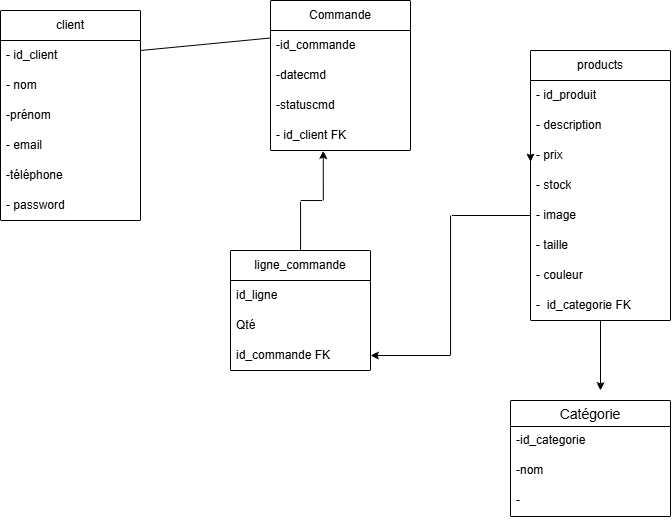
The draw.io diagram Conception BD/MLD.png in mesbahimohammedyassirsolicode-star/Projet-fil-rouge, before a commit. Source tidied: cells renumbered, new cells last; positions are measured from the earlier drawing's top-left corner, leaving out a move shared by most shapes. The source it was exported from:
```xml
<mxGraphModel>
  <root>
    <mxCell id="0" />
    <mxCell id="1" parent="0" />
    <mxCell id="2" value="client" style="swimlane;fontStyle=0;horizontal=1;startSize=30;whiteSpace=wrap;html=1;" parent="1" vertex="1">
      <mxGeometry y="10" width="140" height="210" as="geometry" />
    </mxCell>
    <mxCell id="3" value="&lt;span class=&quot;ͼn&quot;&gt;-&lt;/span&gt; id_client&amp;nbsp;" style="text;strokeColor=none;fillColor=none;align=left;verticalAlign=middle;spacingLeft=4;spacingRight=4;overflow=hidden;whiteSpace=wrap;html=1;" parent="2" vertex="1">
      <mxGeometry y="30" width="140" height="30" as="geometry" />
    </mxCell>
    <mxCell id="4" value="&lt;span class=&quot;ͼn&quot;&gt;-&lt;/span&gt; nom" style="text;strokeColor=none;fillColor=none;align=left;verticalAlign=middle;spacingLeft=4;spacingRight=4;overflow=hidden;whiteSpace=wrap;html=1;" parent="2" vertex="1">
      <mxGeometry y="60" width="140" height="30" as="geometry" />
    </mxCell>
    <mxCell id="5" value="&lt;li&gt;-prénom&lt;br&gt;&lt;/li&gt;" style="text;strokeColor=none;fillColor=none;align=left;verticalAlign=middle;spacingLeft=4;spacingRight=4;overflow=hidden;whiteSpace=wrap;html=1;" parent="2" vertex="1">
      <mxGeometry y="90" width="140" height="30" as="geometry" />
    </mxCell>
    <mxCell id="6" value="&lt;span class=&quot;ͼn&quot;&gt;-&lt;/span&gt;&amp;nbsp;email" style="text;strokeColor=none;fillColor=none;align=left;verticalAlign=middle;spacingLeft=4;spacingRight=4;overflow=hidden;whiteSpace=wrap;html=1;" parent="2" vertex="1">
      <mxGeometry y="120" width="140" height="30" as="geometry" />
    </mxCell>
    <mxCell id="7" value="-téléphone" style="text;strokeColor=none;fillColor=none;align=left;verticalAlign=middle;spacingLeft=4;spacingRight=4;overflow=hidden;whiteSpace=wrap;html=1;" parent="2" vertex="1">
      <mxGeometry y="150" width="140" height="30" as="geometry" />
    </mxCell>
    <mxCell id="8" value="&lt;span class=&quot;ͼn&quot;&gt;-&lt;/span&gt; password" style="text;strokeColor=none;fillColor=none;align=left;verticalAlign=middle;spacingLeft=4;spacingRight=4;overflow=hidden;whiteSpace=wrap;html=1;" parent="2" vertex="1">
      <mxGeometry y="180" width="140" height="30" as="geometry" />
    </mxCell>
    <mxCell id="9" style="edgeStyle=orthogonalEdgeStyle;rounded=0;jettySize=auto;html=1;" parent="1" edge="1" source="10">
      <mxGeometry relative="1" as="geometry">
        <mxPoint x="600" y="390" as="targetPoint" />
      </mxGeometry>
    </mxCell>
    <mxCell id="10" value="products" style="swimlane;fontStyle=0;horizontal=1;startSize=30;whiteSpace=wrap;html=1;" parent="1" vertex="1">
      <mxGeometry x="530" y="50" width="140" height="270" as="geometry" />
    </mxCell>
    <mxCell id="11" value="&lt;span class=&quot;ͼn&quot;&gt;-&lt;/span&gt; id_produit&amp;nbsp;" style="text;strokeColor=none;fillColor=none;align=left;verticalAlign=middle;spacingLeft=4;spacingRight=4;overflow=hidden;whiteSpace=wrap;html=1;" parent="10" vertex="1">
      <mxGeometry y="30" width="140" height="30" as="geometry" />
    </mxCell>
    <mxCell id="12" value="&lt;span class=&quot;ͼn&quot;&gt;-&lt;/span&gt; description" style="text;strokeColor=none;fillColor=none;align=left;verticalAlign=middle;spacingLeft=4;spacingRight=4;overflow=hidden;whiteSpace=wrap;html=1;" parent="10" vertex="1">
      <mxGeometry y="60" width="140" height="30" as="geometry" />
    </mxCell>
    <mxCell id="13" value="&lt;span class=&quot;ͼn&quot;&gt;-&lt;/span&gt; prix" style="text;strokeColor=none;fillColor=none;align=left;verticalAlign=middle;spacingLeft=4;spacingRight=4;overflow=hidden;points=[[0,0.5],[1,0.5]];portConstraint=eastwest;whiteSpace=wrap;html=1;" parent="10" vertex="1">
      <mxGeometry y="90" width="140" height="30" as="geometry" />
    </mxCell>
    <mxCell id="14" value="&lt;span class=&quot;ͼn&quot;&gt;-&lt;/span&gt; stock" style="text;strokeColor=none;fillColor=none;align=left;verticalAlign=middle;spacingLeft=4;spacingRight=4;overflow=hidden;whiteSpace=wrap;html=1;" parent="10" vertex="1">
      <mxGeometry y="120" width="140" height="30" as="geometry" />
    </mxCell>
    <mxCell id="15" value="&lt;span class=&quot;ͼn&quot;&gt;-&lt;/span&gt; image" style="text;strokeColor=none;fillColor=none;align=left;verticalAlign=middle;spacingLeft=4;spacingRight=4;overflow=hidden;points=[[0,0.5],[1,0.5]];portConstraint=eastwest;whiteSpace=wrap;html=1;" parent="10" vertex="1">
      <mxGeometry y="150" width="140" height="30" as="geometry" />
    </mxCell>
    <mxCell id="16" value="&lt;span class=&quot;ͼn&quot;&gt;-&lt;/span&gt;&amp;nbsp;taille" style="text;strokeColor=none;fillColor=none;align=left;verticalAlign=middle;spacingLeft=4;spacingRight=4;overflow=hidden;whiteSpace=wrap;html=1;" parent="10" vertex="1">
      <mxGeometry y="180" width="140" height="30" as="geometry" />
    </mxCell>
    <mxCell id="17" value="&lt;span class=&quot;ͼn&quot;&gt;-&lt;/span&gt;&amp;nbsp;couleur" style="text;strokeColor=none;fillColor=none;align=left;verticalAlign=middle;spacingLeft=4;spacingRight=4;overflow=hidden;whiteSpace=wrap;html=1;" parent="10" vertex="1">
      <mxGeometry y="210" width="140" height="30" as="geometry" />
    </mxCell>
    <mxCell id="18" value="&lt;span class=&quot;ͼn&quot;&gt;-&lt;/span&gt;&amp;nbsp;    id_categorie FK" style="text;strokeColor=none;fillColor=none;align=left;verticalAlign=middle;spacingLeft=4;spacingRight=4;overflow=hidden;whiteSpace=wrap;html=1;" parent="10" vertex="1">
      <mxGeometry y="240" width="140" height="30" as="geometry" />
    </mxCell>
    <mxCell id="19" style="edgeStyle=orthogonalEdgeStyle;rounded=0;orthogonalLoop=1;jettySize=auto;html=1;exitX=0;exitY=0.5;exitDx=0;exitDy=0;entryX=0.001;entryY=0.716;entryDx=0;entryDy=0;entryPerimeter=0;" parent="10" edge="1" source="13" target="13">
      <mxGeometry relative="1" as="geometry" />
    </mxCell>
    <mxCell id="20" value="Commande" style="swimlane;fontStyle=0;horizontal=1;startSize=30;whiteSpace=wrap;html=1;" parent="1" vertex="1">
      <mxGeometry x="270" width="140" height="150" as="geometry" />
    </mxCell>
    <mxCell id="21" value="&lt;span class=&quot;ͼn&quot;&gt;-id_commande&amp;nbsp;&lt;/span&gt;" style="text;strokeColor=none;fillColor=none;align=left;verticalAlign=middle;spacingLeft=4;spacingRight=4;overflow=hidden;whiteSpace=wrap;html=1;" parent="20" vertex="1">
      <mxGeometry y="30" width="140" height="30" as="geometry" />
    </mxCell>
    <mxCell id="22" value="-datecmd" style="text;strokeColor=none;fillColor=none;align=left;verticalAlign=middle;spacingLeft=4;spacingRight=4;overflow=hidden;whiteSpace=wrap;html=1;" parent="20" vertex="1">
      <mxGeometry y="60" width="140" height="30" as="geometry" />
    </mxCell>
    <mxCell id="23" value="-statuscmd" style="text;strokeColor=none;fillColor=none;align=left;verticalAlign=middle;spacingLeft=4;spacingRight=4;overflow=hidden;whiteSpace=wrap;html=1;" parent="20" vertex="1">
      <mxGeometry y="90" width="140" height="30" as="geometry" />
    </mxCell>
    <mxCell id="24" value="-    id_client FK" style="text;strokeColor=none;fillColor=none;align=left;verticalAlign=middle;spacingLeft=4;spacingRight=4;overflow=hidden;points=[[0,0.5],[1,0.5]];portConstraint=eastwest;whiteSpace=wrap;html=1;" parent="20" vertex="1">
      <mxGeometry y="120" width="140" height="30" as="geometry" />
    </mxCell>
    <mxCell id="25" value="Catégorie" style="swimlane;fontStyle=0;horizontal=1;startSize=26;align=center;fontSize=14;" parent="1" vertex="1">
      <mxGeometry x="510" y="400" width="160" height="116" as="geometry" />
    </mxCell>
    <mxCell id="26" value="&lt;li&gt;-id_categorie&amp;nbsp;&lt;/li&gt;&lt;li&gt;&lt;/li&gt;" style="text;strokeColor=none;fillColor=none;spacingLeft=4;spacingRight=4;overflow=hidden;fontSize=12;whiteSpace=wrap;html=1;" parent="25" vertex="1">
      <mxGeometry y="26" width="160" height="30" as="geometry" />
    </mxCell>
    <mxCell id="27" value="-nom" style="text;strokeColor=none;fillColor=none;spacingLeft=4;spacingRight=4;overflow=hidden;fontSize=12;whiteSpace=wrap;html=1;" parent="25" vertex="1">
      <mxGeometry y="56" width="160" height="30" as="geometry" />
    </mxCell>
    <mxCell id="28" value="-" style="text;strokeColor=none;fillColor=none;spacingLeft=4;spacingRight=4;overflow=hidden;fontSize=12;whiteSpace=wrap;html=1;" parent="25" vertex="1">
      <mxGeometry y="86" width="160" height="30" as="geometry" />
    </mxCell>
    <mxCell id="29" style="endArrow=none;html=1;rounded=0;entryX=0;entryY=0.25;entryDx=0;entryDy=0;" parent="1" edge="1" target="20">
      <mxGeometry relative="1" as="geometry">
        <mxPoint x="140" y="50" as="sourcePoint" />
      </mxGeometry>
    </mxCell>
    <mxCell id="30" value="ligne_commande" style="swimlane;fontStyle=0;horizontal=1;startSize=30;whiteSpace=wrap;html=1;" parent="1" vertex="1">
      <mxGeometry x="230" y="250" width="140" height="120" as="geometry" />
    </mxCell>
    <mxCell id="31" value="&lt;span class=&quot;ͼn&quot;&gt;id_ligne&lt;/span&gt;" style="text;strokeColor=none;fillColor=none;align=left;verticalAlign=middle;spacingLeft=4;spacingRight=4;overflow=hidden;whiteSpace=wrap;html=1;" parent="30" vertex="1">
      <mxGeometry y="30" width="140" height="30" as="geometry" />
    </mxCell>
    <mxCell id="32" value="Qté" style="text;strokeColor=none;fillColor=none;align=left;verticalAlign=middle;spacingLeft=4;spacingRight=4;overflow=hidden;whiteSpace=wrap;html=1;" parent="30" vertex="1">
      <mxGeometry y="60" width="140" height="30" as="geometry" />
    </mxCell>
    <mxCell id="33" value="  id_commande FK" style="text;strokeColor=none;fillColor=none;align=left;verticalAlign=middle;spacingLeft=4;spacingRight=4;overflow=hidden;points=[[0,0.5],[1,0.5]];portConstraint=eastwest;whiteSpace=wrap;html=1;" parent="30" vertex="1">
      <mxGeometry y="90" width="140" height="30" as="geometry" />
    </mxCell>
    <mxCell id="34" style="edgeStyle=orthogonalEdgeStyle;rounded=0;jettySize=auto;html=1;exitX=0;exitY=0.5;exitDx=0;exitDy=0;entryX=1;entryY=0.5;entryDx=0;entryDy=0;" parent="1" edge="1" source="15" target="33">
      <mxGeometry relative="1" as="geometry" />
    </mxCell>
    <mxCell id="35" style="edgeStyle=orthogonalEdgeStyle;rounded=0;jettySize=auto;html=1;entryX=0.377;entryY=1.005;entryDx=0;entryDy=0;entryPerimeter=0;" parent="1" edge="1" source="30" target="24">
      <mxGeometry relative="1" as="geometry" />
    </mxCell>
  </root>
</mxGraphModel>
```
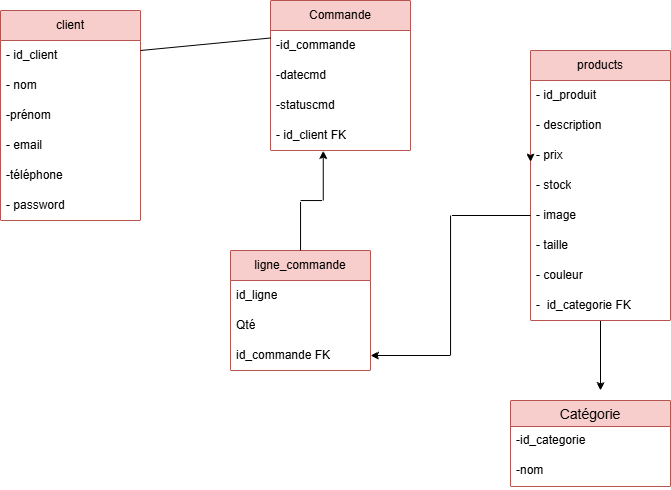
Later version of the same file.

Commit message:
docs: add MLD schema diagram for database conception

Diff of the diagram source:
```diff
@@ -2,7 +2,7 @@
   <root>
     <mxCell id="0" />
     <mxCell id="1" parent="0" />
-    <mxCell id="2" value="client" style="swimlane;fontStyle=0;horizontal=1;startSize=30;whiteSpace=wrap;html=1;" parent="1" vertex="1">
+    <mxCell id="2" value="client" style="swimlane;fontStyle=0;horizontal=1;startSize=30;whiteSpace=wrap;html=1;fillColor=#f8cecc;strokeColor=#b85450;" parent="1" vertex="1">
       <mxGeometry y="10" width="140" height="210" as="geometry" />
     </mxCell>
     <mxCell id="3" value="&lt;span class=&quot;ͼn&quot;&gt;-&lt;/span&gt; id_client&amp;nbsp;" style="text;strokeColor=none;fillColor=none;align=left;verticalAlign=middle;spacingLeft=4;spacingRight=4;overflow=hidden;whiteSpace=wrap;html=1;" parent="2" vertex="1">
@@ -28,7 +28,7 @@
         <mxPoint x="600" y="390" as="targetPoint" />
       </mxGeometry>
     </mxCell>
-    <mxCell id="10" value="products" style="swimlane;fontStyle=0;horizontal=1;startSize=30;whiteSpace=wrap;html=1;" parent="1" vertex="1">
+    <mxCell id="10" value="products" style="swimlane;fontStyle=0;horizontal=1;startSize=30;whiteSpace=wrap;html=1;fillColor=#f8cecc;strokeColor=#b85450;" parent="1" vertex="1">
       <mxGeometry x="530" y="50" width="140" height="270" as="geometry" />
     </mxCell>
     <mxCell id="11" value="&lt;span class=&quot;ͼn&quot;&gt;-&lt;/span&gt; id_produit&amp;nbsp;" style="text;strokeColor=none;fillColor=none;align=left;verticalAlign=middle;spacingLeft=4;spacingRight=4;overflow=hidden;whiteSpace=wrap;html=1;" parent="10" vertex="1">
@@ -58,7 +58,7 @@
     <mxCell id="19" style="edgeStyle=orthogonalEdgeStyle;rounded=0;orthogonalLoop=1;jettySize=auto;html=1;exitX=0;exitY=0.5;exitDx=0;exitDy=0;entryX=0.001;entryY=0.716;entryDx=0;entryDy=0;entryPerimeter=0;" parent="10" edge="1" source="13" target="13">
       <mxGeometry relative="1" as="geometry" />
     </mxCell>
-    <mxCell id="20" value="Commande" style="swimlane;fontStyle=0;horizontal=1;startSize=30;whiteSpace=wrap;html=1;" parent="1" vertex="1">
+    <mxCell id="20" value="Commande" style="swimlane;fontStyle=0;horizontal=1;startSize=30;whiteSpace=wrap;html=1;fillColor=#f8cecc;strokeColor=#b85450;" parent="1" vertex="1">
       <mxGeometry x="270" width="140" height="150" as="geometry" />
     </mxCell>
     <mxCell id="21" value="&lt;span class=&quot;ͼn&quot;&gt;-id_commande&amp;nbsp;&lt;/span&gt;" style="text;strokeColor=none;fillColor=none;align=left;verticalAlign=middle;spacingLeft=4;spacingRight=4;overflow=hidden;whiteSpace=wrap;html=1;" parent="20" vertex="1">
@@ -73,8 +73,8 @@
     <mxCell id="24" value="-    id_client FK" style="text;strokeColor=none;fillColor=none;align=left;verticalAlign=middle;spacingLeft=4;spacingRight=4;overflow=hidden;points=[[0,0.5],[1,0.5]];portConstraint=eastwest;whiteSpace=wrap;html=1;" parent="20" vertex="1">
       <mxGeometry y="120" width="140" height="30" as="geometry" />
     </mxCell>
-    <mxCell id="25" value="Catégorie" style="swimlane;fontStyle=0;horizontal=1;startSize=26;align=center;fontSize=14;" parent="1" vertex="1">
-      <mxGeometry x="510" y="400" width="160" height="116" as="geometry" />
+    <mxCell id="25" value="Catégorie" style="swimlane;fontStyle=0;horizontal=1;startSize=26;align=center;fontSize=14;fillColor=#f8cecc;strokeColor=#b85450;" parent="1" vertex="1">
+      <mxGeometry x="510" y="400" width="160" height="86" as="geometry" />
     </mxCell>
     <mxCell id="26" value="&lt;li&gt;-id_categorie&amp;nbsp;&lt;/li&gt;&lt;li&gt;&lt;/li&gt;" style="text;strokeColor=none;fillColor=none;spacingLeft=4;spacingRight=4;overflow=hidden;fontSize=12;whiteSpace=wrap;html=1;" parent="25" vertex="1">
       <mxGeometry y="26" width="160" height="30" as="geometry" />
@@ -82,15 +82,12 @@
     <mxCell id="27" value="-nom" style="text;strokeColor=none;fillColor=none;spacingLeft=4;spacingRight=4;overflow=hidden;fontSize=12;whiteSpace=wrap;html=1;" parent="25" vertex="1">
       <mxGeometry y="56" width="160" height="30" as="geometry" />
     </mxCell>
-    <mxCell id="28" value="-" style="text;strokeColor=none;fillColor=none;spacingLeft=4;spacingRight=4;overflow=hidden;fontSize=12;whiteSpace=wrap;html=1;" parent="25" vertex="1">
-      <mxGeometry y="86" width="160" height="30" as="geometry" />
-    </mxCell>
     <mxCell id="29" style="endArrow=none;html=1;rounded=0;entryX=0;entryY=0.25;entryDx=0;entryDy=0;" parent="1" edge="1" target="20">
       <mxGeometry relative="1" as="geometry">
         <mxPoint x="140" y="50" as="sourcePoint" />
       </mxGeometry>
     </mxCell>
-    <mxCell id="30" value="ligne_commande" style="swimlane;fontStyle=0;horizontal=1;startSize=30;whiteSpace=wrap;html=1;" parent="1" vertex="1">
+    <mxCell id="30" value="ligne_commande" style="swimlane;fontStyle=0;horizontal=1;startSize=30;whiteSpace=wrap;html=1;fillColor=#f8cecc;strokeColor=#b85450;" parent="1" vertex="1">
       <mxGeometry x="230" y="250" width="140" height="120" as="geometry" />
     </mxCell>
     <mxCell id="31" value="&lt;span class=&quot;ͼn&quot;&gt;id_ligne&lt;/span&gt;" style="text;strokeColor=none;fillColor=none;align=left;verticalAlign=middle;spacingLeft=4;spacingRight=4;overflow=hidden;whiteSpace=wrap;html=1;" parent="30" vertex="1">
```
